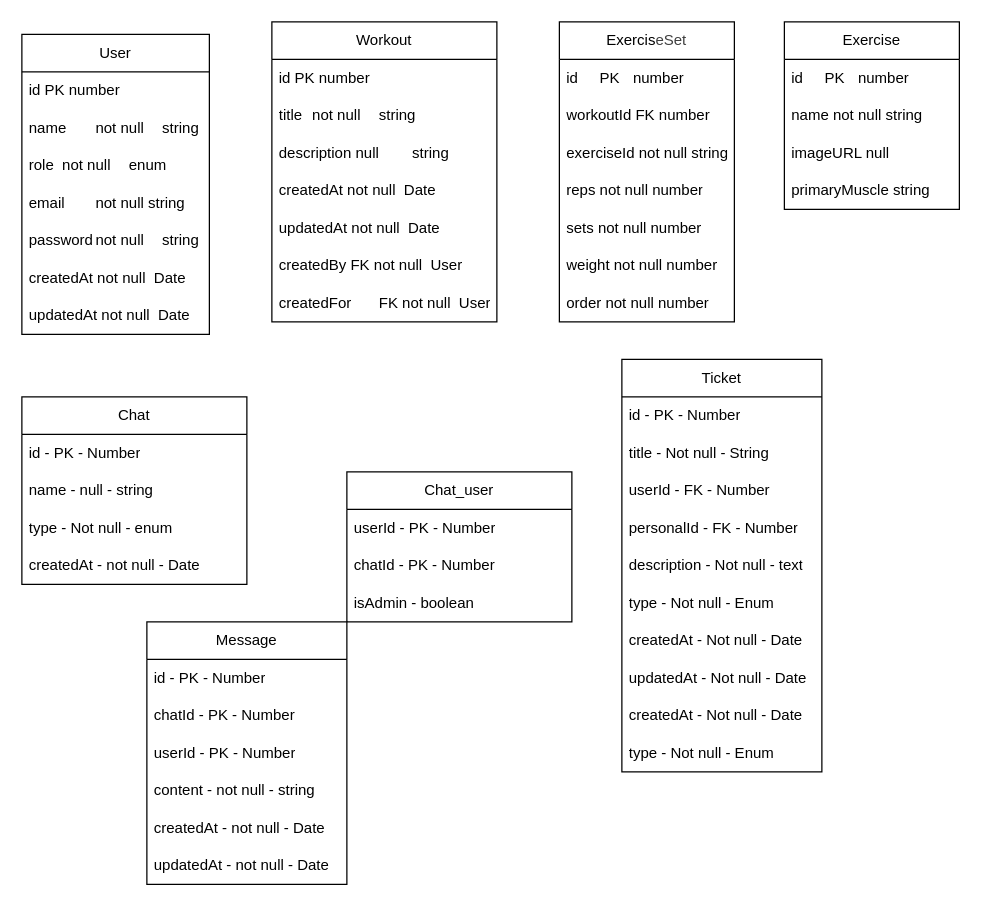
This is backend/gymApp.drawio from ArthurArlaxy/ThinkFit, a draw.io file, before an edit. Source tidied: cells renumbered, new cells numbered last; positions are measured from the earlier drawing's top-left corner, leaving out a move shared by most shapes. Both pictures are drawn from the tidied source at 125%, with x=0, y=0 at pixel (21, 21).
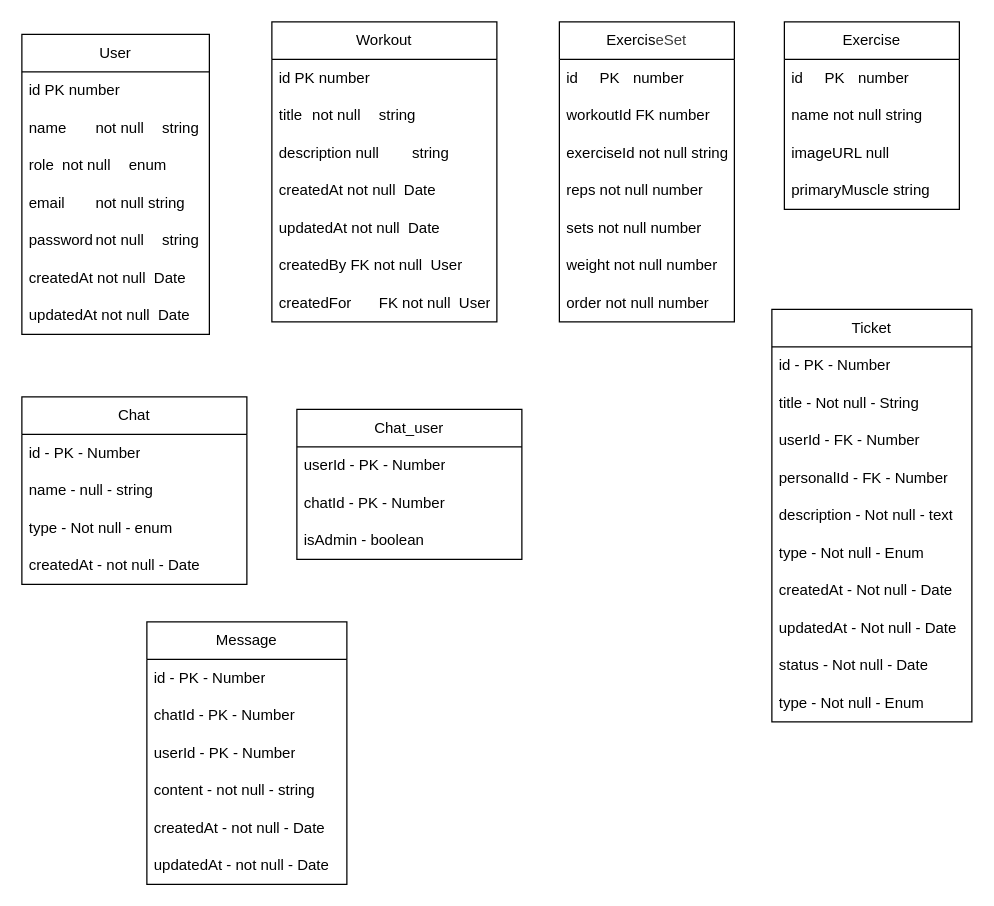
Above is the later version.

Change to the diagram source:
```diff
@@
     <mxCell id="31" value="Chat_user" style="swimlane;fontStyle=0;horizontal=1;startSize=30;whiteSpace=wrap;html=1;" parent="1" vertex="1">
-      <mxGeometry x="260" y="360" width="180" height="120" as="geometry" />
+      <mxGeometry x="220" y="310" width="180" height="120" as="geometry" />
     </mxCell>
@@
     <mxCell id="35" value="Ticket" style="swimlane;fontStyle=0;horizontal=1;startSize=30;whiteSpace=wrap;html=1;" parent="1" vertex="1">
-      <mxGeometry x="480" y="270" width="160" height="330" as="geometry" />
+      <mxGeometry x="600" y="230" width="160" height="330" as="geometry" />
     </mxCell>
@@
-    <mxCell id="44" value="createdAt - Not null - Date" style="text;strokeColor=none;fillColor=none;align=left;verticalAlign=middle;spacingLeft=4;spacingRight=4;overflow=hidden;whiteSpace=wrap;html=1;" parent="35" vertex="1">
+    <mxCell id="44" value="status - Not null - Date" style="text;strokeColor=none;fillColor=none;align=left;verticalAlign=middle;spacingLeft=4;spacingRight=4;overflow=hidden;whiteSpace=wrap;html=1;" parent="35" vertex="1">
       <mxGeometry y="270" width="160" height="30" as="geometry" />
     </mxCell>
```
